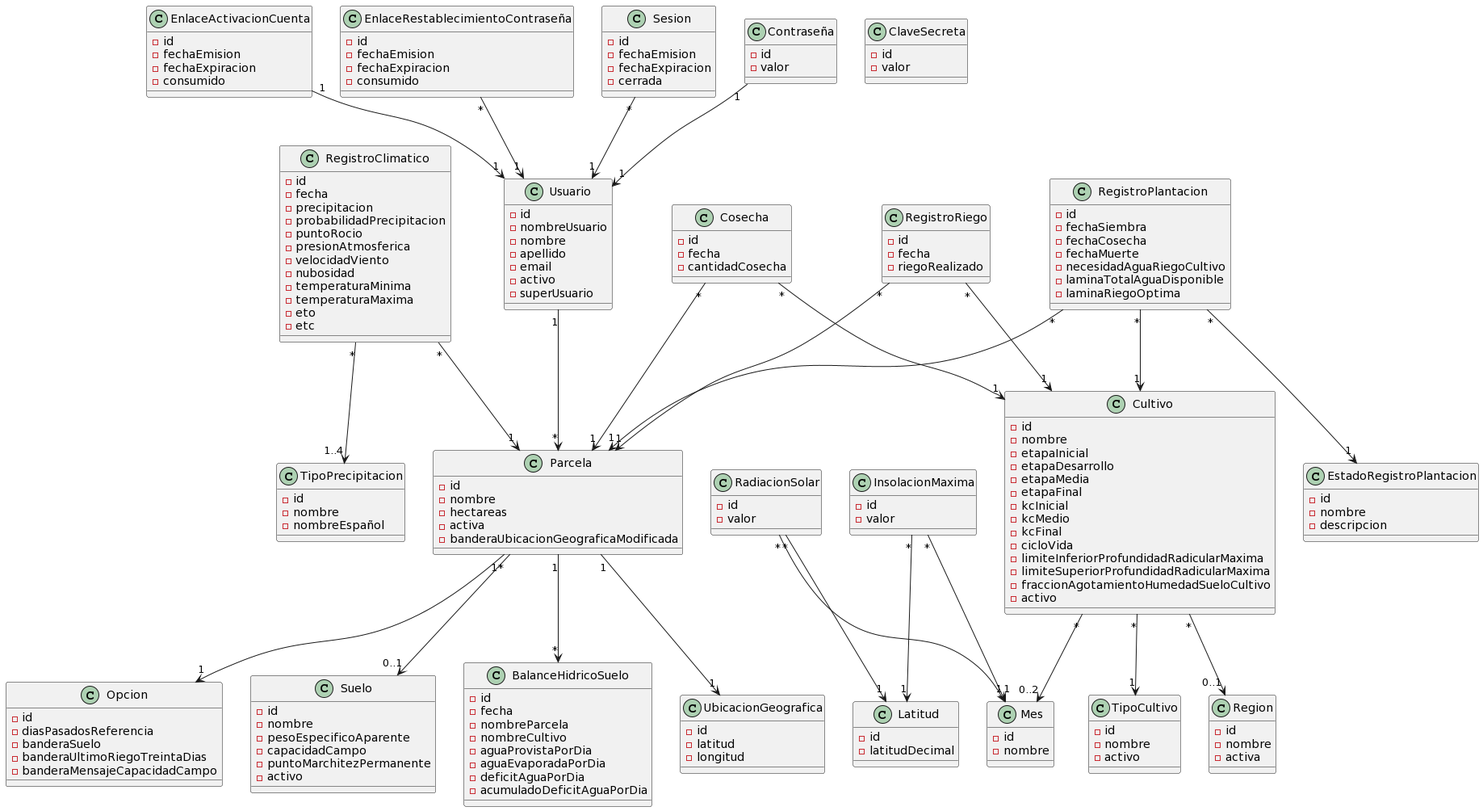
facundopaez-dev/sistema-web-riego keeps this PlantUML diagram as docs/domain model/Modelo de dominio.png. Above is the earlier version.
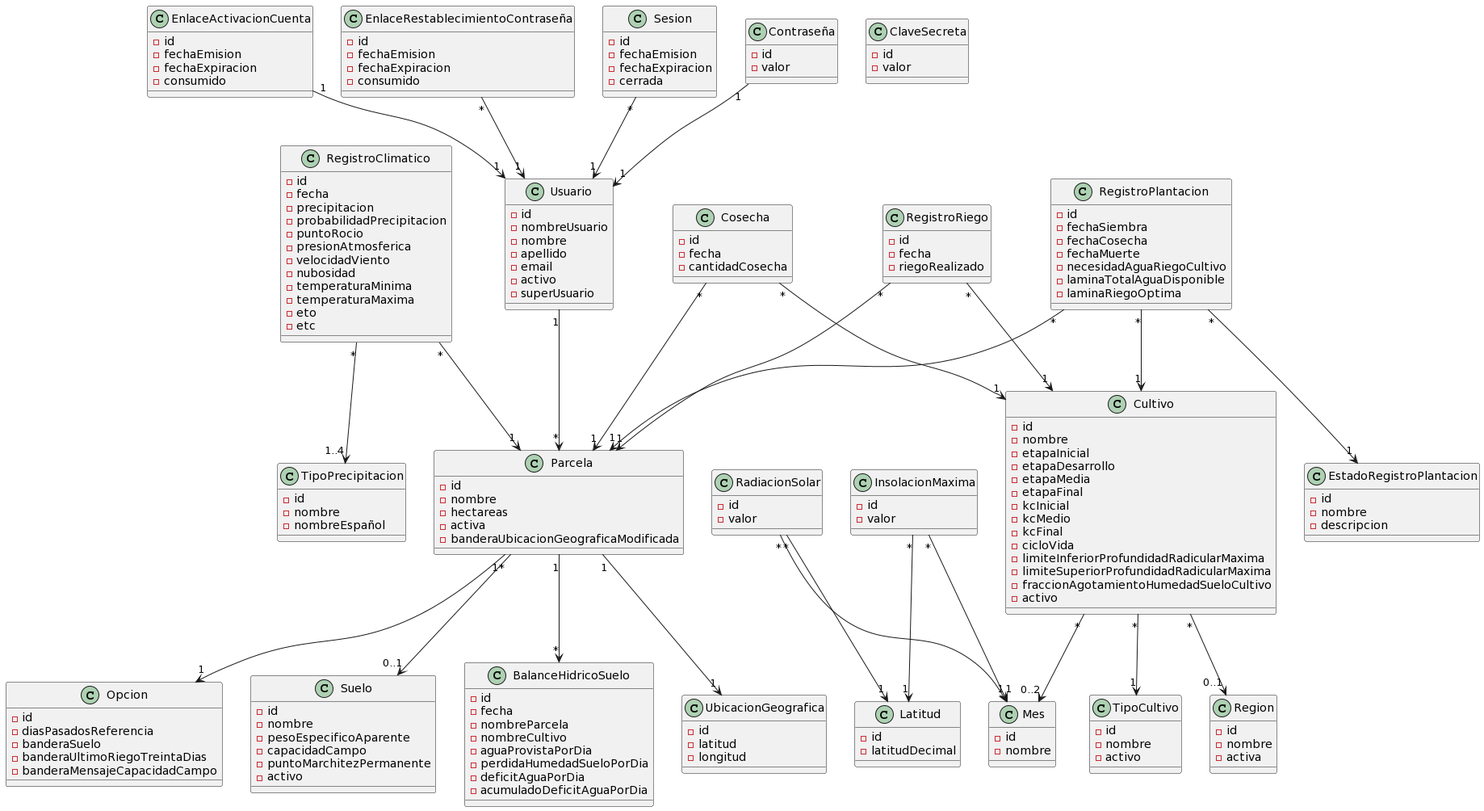
The same file after the commit.

Commit message:
Variable evaporatedWaterPerDay del modelo de datos SoilWaterBalance renombrada como soilMoistureLossPerDay

Change to the diagram source:
```diff
@@ -187,7 +187,7 @@
 -nombreParcela
 -nombreCultivo
 -aguaProvistaPorDia
--aguaEvaporadaPorDia
+-perdidaHumedadSueloPorDia
 -deficitAguaPorDia
 -acumuladoDeficitAguaPorDia
 }
```
